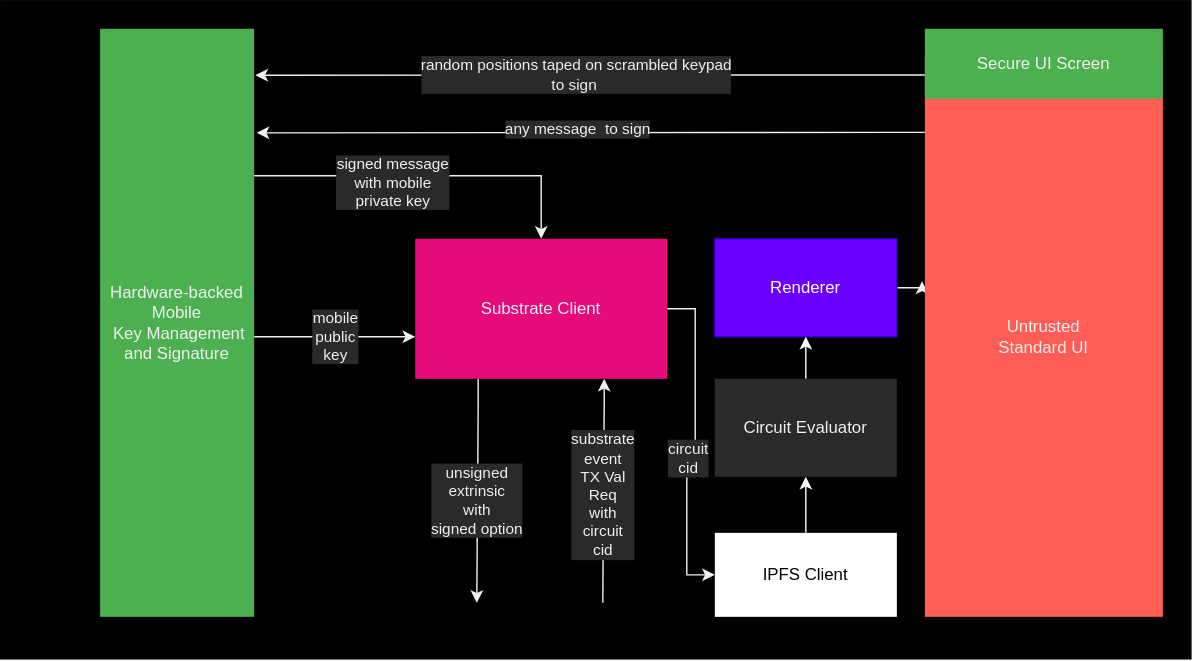
Interstellar-Network/Interstellar-Book keeps this draw.io diagram as src/fig/App_architecture.svg. Above is the earlier version. Source tidied: cells renumbered, new cells last; positions are measured from the earlier drawing's top-left corner, leaving out a move shared by most shapes.
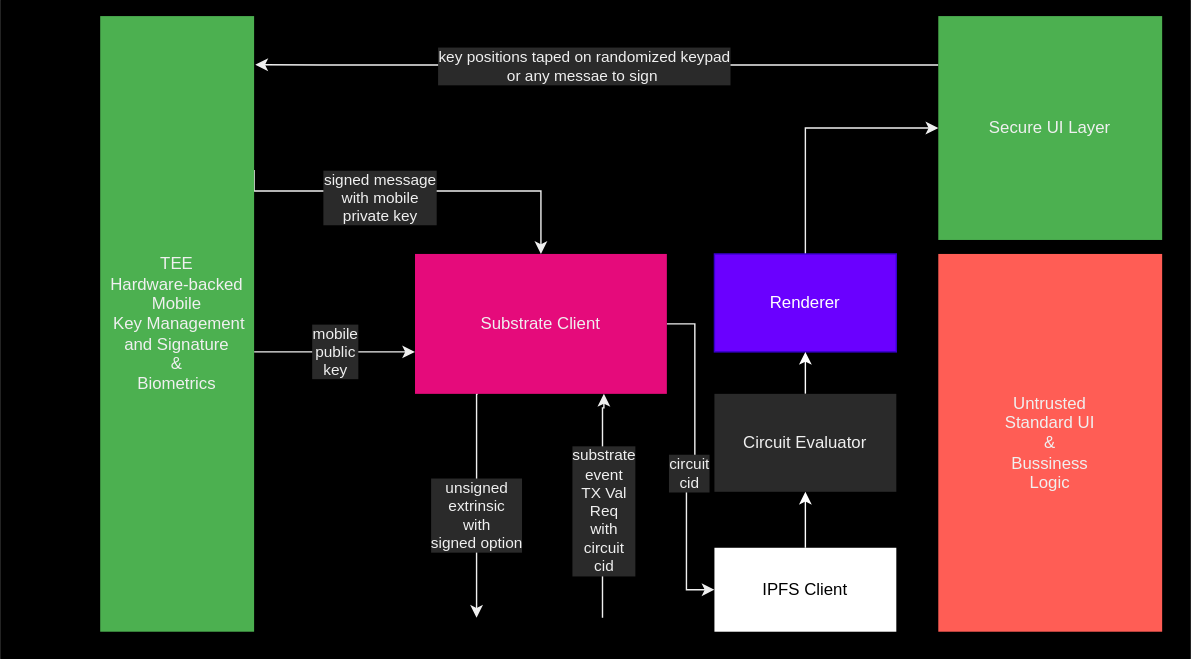
After the change.

The edit, as a diff of the source:
```diff
@@ -3,11 +3,15 @@
     <mxCell id="0" />
     <mxCell id="1" parent="0" />
     <mxCell id="2" style="rounded=0;whiteSpace=wrap;html=1;fontColor=#FFFFFF;fillColor=#000000;strokeColor=#000000;" parent="1" vertex="1">
-      <mxGeometry width="850" height="470" as="geometry" />
+      <mxGeometry y="-11" width="850" height="470" as="geometry" />
     </mxCell>
-    <mxCell id="3" style="edgeStyle=orthogonalEdgeStyle;rounded=0;jettySize=auto;html=1;exitX=1;exitY=0.5;exitDx=0;exitDy=0;entryX=-0.012;entryY=0.401;entryDx=0;entryDy=0;entryPerimeter=0;startArrow=none;startFill=0;" parent="1" edge="1" source="4" target="20">
-      <mxGeometry relative="1" as="geometry" />
-    </mxCell>
+    <mxCell id="25" style="edgeStyle=orthogonalEdgeStyle;rounded=0;jettySize=auto;html=1;exitX=0.5;exitY=0;exitDx=0;exitDy=0;entryX=0;entryY=0.5;entryDx=0;entryDy=0;" parent="1" edge="1" source="4" target="24">
+      <mxGeometry relative="1" as="geometry">
+        <Array as="points">
+          <mxPoint x="575" y="80" />
+        </Array>
+      </mxGeometry>
+    </mxCell>
     <mxCell id="4" value="Renderer" style="rounded=0;whiteSpace=wrap;html=1;fillColor=#6a00ff;fontColor=#ffffff;strokeColor=#3700CC;" parent="1" vertex="1">
       <mxGeometry x="510" y="170" width="130" height="70" as="geometry" />
     </mxCell>
@@ -27,9 +31,8 @@
       <mxGeometry relative="1" as="geometry">
         <mxPoint x="430" y="430" as="targetPoint" />
         <Array as="points">
-          <mxPoint x="431" y="290" />
-          <mxPoint x="430" y="290" />
-          <mxPoint x="430" y="430" />
+          <mxPoint x="431" y="280" />
+          <mxPoint x="430" y="280" />
         </Array>
       </mxGeometry>
     </mxCell>
@@ -42,9 +45,7 @@
       <mxGeometry relative="1" as="geometry">
         <mxPoint x="340" y="430" as="targetPoint" />
         <Array as="points">
-          <mxPoint x="341" y="290" />
-          <mxPoint x="340" y="290" />
-          <mxPoint x="340" y="430" />
+          <mxPoint x="340" y="270" />
         </Array>
       </mxGeometry>
     </mxCell>
@@ -65,29 +66,18 @@
     <mxCell id="16" style="edgeStyle=orthogonalEdgeStyle;rounded=0;jettySize=auto;html=1;entryX=1.008;entryY=0.079;entryDx=0;entryDy=0;entryPerimeter=0;" parent="1" edge="1" source="24" target="23">
       <mxGeometry relative="1" as="geometry">
         <Array as="points">
-          <mxPoint x="610" y="53" />
-          <mxPoint x="610" y="53" />
+          <mxPoint x="230" y="35" />
+          <mxPoint x="230" y="35" />
         </Array>
       </mxGeometry>
     </mxCell>
-    <mxCell id="17" value="random positions taped on scrambled keypad&lt;br&gt;to sign&amp;nbsp;" style="edgeLabel;html=1;align=center;verticalAlign=middle;" parent="16" vertex="1">
+    <mxCell id="17" value="key positions taped on randomized keypad&lt;br&gt;or any messae to sign&amp;nbsp;" style="edgeLabel;html=1;align=center;verticalAlign=middle;" parent="16" vertex="1">
       <mxGeometry x="-0.21" relative="1" as="geometry">
         <mxPoint x="-62" as="offset" />
       </mxGeometry>
     </mxCell>
-    <mxCell id="18" style="edgeStyle=orthogonalEdgeStyle;rounded=0;jettySize=auto;html=1;entryX=1.016;entryY=0.177;entryDx=0;entryDy=0;startArrow=none;startFill=0;entryPerimeter=0;" parent="1" edge="1" source="20" target="23">
-      <mxGeometry relative="1" as="geometry">
-        <Array as="points">
-          <mxPoint x="640" y="94" />
-          <mxPoint x="640" y="94" />
-        </Array>
-      </mxGeometry>
-    </mxCell>
-    <mxCell id="19" value="any message&amp;nbsp; to sign" style="edgeLabel;html=1;align=center;verticalAlign=middle;" parent="18" vertex="1">
-      <mxGeometry x="0.04" y="-3" relative="1" as="geometry" />
-    </mxCell>
-    <mxCell id="20" value="Untrusted &lt;br&gt;Standard UI" style="rounded=0;whiteSpace=wrap;html=1;fillColor=#ff5d55;strokeColor=none;" parent="1" vertex="1">
-      <mxGeometry x="660" y="40" width="170" height="400" as="geometry" />
+    <mxCell id="20" value="Untrusted &lt;br&gt;Standard UI&lt;br&gt;&amp;amp;&lt;br&gt;Bussiness&lt;br&gt;Logic" style="rounded=0;whiteSpace=wrap;html=1;fillColor=#ff5d55;strokeColor=none;" parent="1" vertex="1">
+      <mxGeometry x="670" y="170" width="160" height="270" as="geometry" />
     </mxCell>
     <mxCell id="21" value="signed message&lt;br&gt;with mobile&lt;br&gt;private key" style="edgeStyle=orthogonalEdgeStyle;rounded=0;jettySize=auto;html=1;exitX=1;exitY=0.25;exitDx=0;exitDy=0;startArrow=none;startFill=0;entryX=0.5;entryY=0;entryDx=0;entryDy=0;" parent="1" edge="1" source="23" target="13">
       <mxGeometry x="-0.21" y="-5" relative="1" as="geometry">
@@ -104,11 +94,11 @@
         </Array>
       </mxGeometry>
     </mxCell>
-    <mxCell id="23" value="Hardware-backed&lt;br&gt;Mobile&lt;br&gt;&amp;nbsp;Key Management and Signature" style="rounded=0;whiteSpace=wrap;html=1;fillColor=#4cb050;strokeColor=none;" parent="1" vertex="1">
-      <mxGeometry x="71" y="20" width="110" height="420" as="geometry" />
+    <mxCell id="23" value="TEE&lt;br&gt;Hardware-backed&lt;br&gt;Mobile&lt;br&gt;&amp;nbsp;Key Management and Signature&lt;br&gt;&amp;amp;&lt;br&gt;Biometrics" style="rounded=0;whiteSpace=wrap;html=1;fillColor=#4cb050;strokeColor=none;" parent="1" vertex="1">
+      <mxGeometry x="71" width="110" height="440" as="geometry" />
     </mxCell>
-    <mxCell id="24" value="Secure UI Screen" style="rounded=0;whiteSpace=wrap;html=1;fillColor=#4cb050;strokeColor=none;" parent="1" vertex="1">
-      <mxGeometry x="660" y="20" width="170" height="50" as="geometry" />
+    <mxCell id="24" value="Secure UI Layer" style="rounded=0;whiteSpace=wrap;html=1;fillColor=#4cb050;strokeColor=none;" parent="1" vertex="1">
+      <mxGeometry x="670" width="160" height="160" as="geometry" />
     </mxCell>
   </root>
 </mxGraphModel>
```
